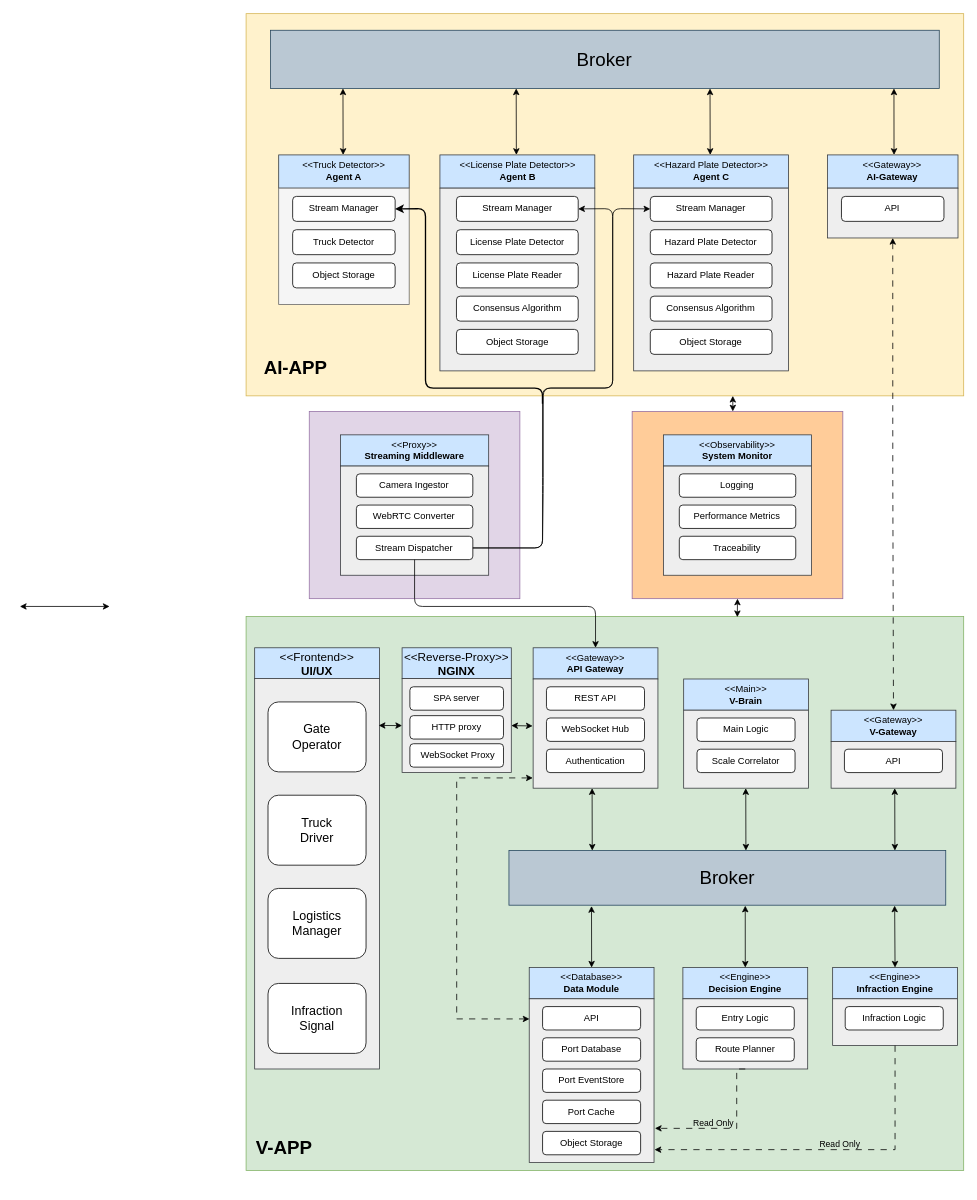
Earlier version of the draw.io diagram docs/sketch_arquitetura/arch_technological_model.drawio (PEI-HAZARDS/IntelligentLogistics). Source tidied: cells renumbered, new cells numbered last; positions are measured from the earlier drawing's top-left corner, leaving out a move shared by most shapes. Both pictures are drawn from the tidied source at 78%, with x=0, y=0 at pixel (20, 13).
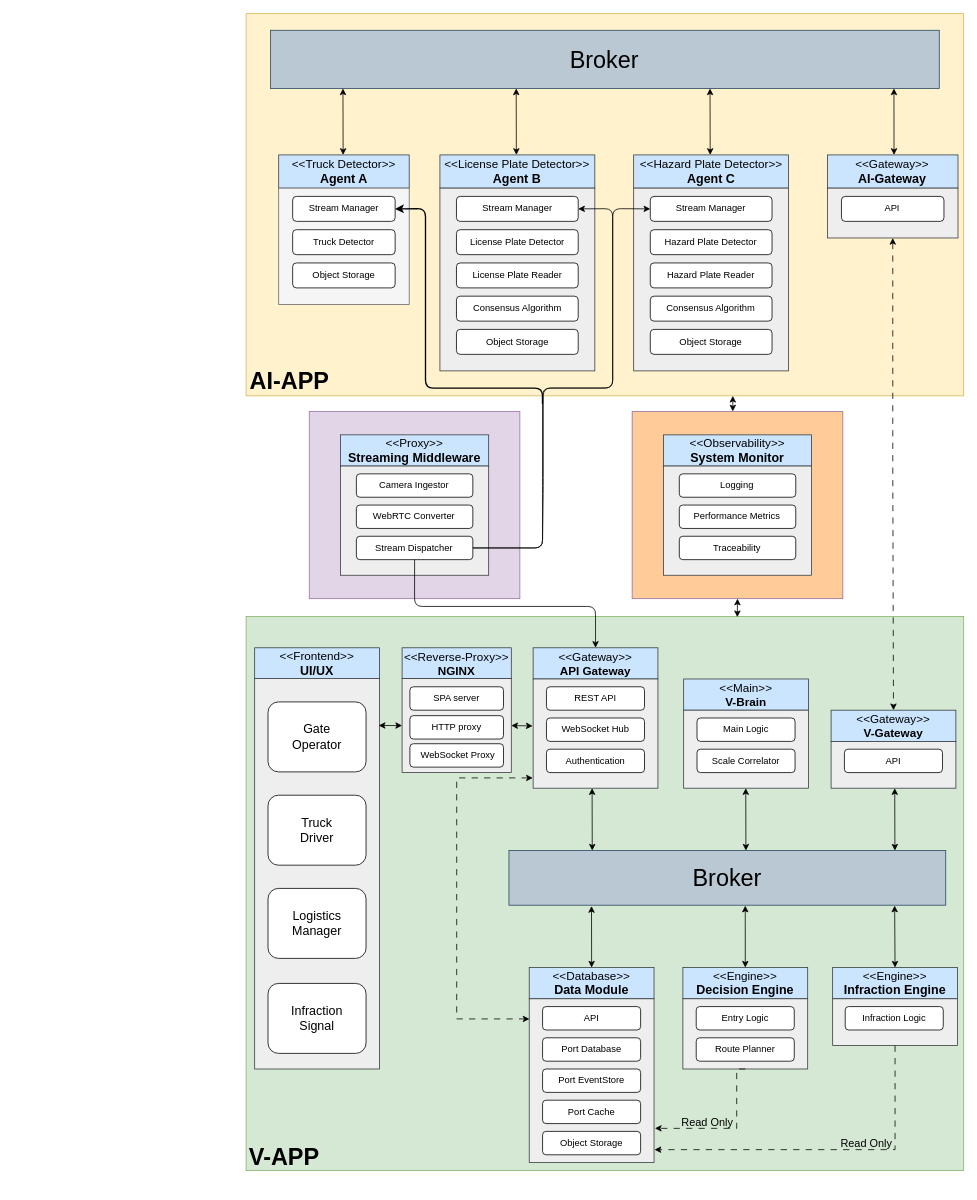
The same page after the edit.

The change refers to these unchanged cells:
```xml
<mxCell id="4" style="group;" parent="2" vertex="1">
  <mxGeometry x="40" y="30" width="190" height="180" as="geometry" />
</mxCell>
<mxCell id="10" style="group;" parent="1" vertex="1">
  <mxGeometry x="290" width="920" height="490" as="geometry" />
</mxCell>
<mxCell id="40" value="Stat" style="group;" parent="1" vertex="1">
  <mxGeometry x="290" y="773" width="920" height="730" as="geometry" />
</mxCell>
<mxCell id="48" style="group;" parent="40" vertex="1">
  <mxGeometry x="368" y="40" width="160" height="180" as="geometry" />
</mxCell>
<mxCell id="56" style="group;" parent="40" vertex="1">
  <mxGeometry x="710" y="120" width="160" height="363" as="geometry" />
</mxCell>
<mxCell id="60" style="group;" parent="40" vertex="1">
  <mxGeometry x="525" y="80" width="160" height="180" as="geometry" />
</mxCell>
<mxCell id="66" style="group;" parent="40" vertex="1">
  <mxGeometry x="560" y="450" width="160" height="130" as="geometry" />
</mxCell>
<mxCell id="71" style="group;" parent="40" vertex="1">
  <mxGeometry x="751" y="450" width="160" height="100" as="geometry" />
</mxCell>
<mxCell id="75" style="edgeStyle=orthogonalEdgeStyle;rounded=0;jettySize=auto;html=1;exitX=0.5;exitY=1;exitDx=0;exitDy=0;entryX=1.004;entryY=0.921;entryDx=0;entryDy=0;entryPerimeter=0;dashed=1;dashPattern=8 8;" parent="40" edge="1" source="73" target="80">
  <mxGeometry relative="1" as="geometry" />
</mxCell>
<mxCell id="77" style="edgeStyle=orthogonalEdgeStyle;rounded=0;jettySize=auto;html=1;exitX=0.5;exitY=1;exitDx=0;exitDy=0;entryX=1.007;entryY=0.791;entryDx=0;entryDy=0;entryPerimeter=0;dashed=1;dashPattern=8 8;" parent="40" edge="1" source="68" target="80">
  <mxGeometry relative="1" as="geometry">
    <Array as="points">
      <mxPoint x="629" y="656" />
    </Array>
  </mxGeometry>
</mxCell>
<mxCell id="102" style="group;" parent="100" vertex="1">
  <mxGeometry x="40" y="30" width="190" height="180" as="geometry" />
</mxCell>
```

Diff of the diagram source:
```diff
@@
-    <mxCell id="5" value="&lt;div&gt;&amp;lt;&amp;lt;Proxy&amp;gt;&amp;gt;&lt;/div&gt;&lt;div&gt;&lt;b&gt;Streaming Middleware&lt;/b&gt;&lt;/div&gt;" style="rounded=0;whiteSpace=wrap;html=1;fillColor=#cce5ff;strokeColor=#36393d;" parent="4" vertex="1">
+    <mxCell id="5" value="&lt;div&gt;&lt;font style=&quot;font-size: 15px;&quot;&gt;&amp;lt;&amp;lt;Proxy&amp;gt;&amp;gt;&lt;/font&gt;&lt;/div&gt;&lt;div&gt;&lt;b&gt;&lt;font size=&quot;3&quot;&gt;Streaming Middleware&lt;/font&gt;&lt;/b&gt;&lt;/div&gt;" style="rounded=0;whiteSpace=wrap;html=1;fillColor=#cce5ff;strokeColor=#36393d;" parent="4" vertex="1">
       <mxGeometry width="190" height="40" as="geometry" />
     </mxCell>
@@
-    <mxCell id="12" value="&lt;font style=&quot;font-size: 24px;&quot;&gt;Broker&lt;/font&gt;" style="rounded=0;whiteSpace=wrap;html=1;fillColor=#bac8d3;strokeColor=#23445d;" parent="10" vertex="1">
+    <mxCell id="12" value="&lt;font style=&quot;font-size: 30px;&quot;&gt;Broker&lt;/font&gt;" style="rounded=0;whiteSpace=wrap;html=1;fillColor=#bac8d3;strokeColor=#23445d;" parent="10" vertex="1">
       <mxGeometry x="31.4" y="21.3" width="857.3" height="74.6" as="geometry" />
     </mxCell>
@@
-    <mxCell id="17" value="&lt;h1 style=&quot;margin-top: 0px;&quot;&gt;AI-APP&lt;/h1&gt;" style="text;html=1;whiteSpace=wrap;overflow=hidden;rounded=0;" parent="10" vertex="1">
-      <mxGeometry x="20.9" y="432.5" width="94.1" height="42.6" as="geometry" />
+    <mxCell id="17" value="&lt;h1 style=&quot;margin-top: 0px;&quot;&gt;&lt;font style=&quot;font-size: 30px;&quot;&gt;AI-APP&lt;/font&gt;&lt;/h1&gt;" style="text;html=1;whiteSpace=wrap;overflow=hidden;rounded=0;" parent="10" vertex="1">
+      <mxGeometry x="2.9" y="446.5" width="109.1" height="42.6" as="geometry" />
     </mxCell>
-    <mxCell id="18" value="&lt;div&gt;&amp;lt;&amp;lt;Truck Detector&amp;gt;&amp;gt;&lt;/div&gt;&lt;div&gt;&lt;b&gt;Agent A&lt;/b&gt;&lt;/div&gt;" style="rounded=0;whiteSpace=wrap;html=1;fillColor=#cce5ff;strokeColor=#36393d;" parent="10" vertex="1">
+    <mxCell id="18" value="&lt;div&gt;&lt;font style=&quot;font-size: 15px;&quot;&gt;&amp;lt;&amp;lt;Truck Detector&amp;gt;&amp;gt;&lt;/font&gt;&lt;/div&gt;&lt;div&gt;&lt;b&gt;&lt;font size=&quot;3&quot;&gt;Agent A&lt;/font&gt;&lt;/b&gt;&lt;/div&gt;" style="rounded=0;whiteSpace=wrap;html=1;fillColor=#cce5ff;strokeColor=#36393d;" parent="10" vertex="1">
       <mxGeometry x="41.8" y="181.1" width="167.3" height="42.6" as="geometry" />
     </mxCell>
@@
-    <mxCell id="23" value="&lt;div align=&quot;center&quot;&gt;&amp;lt;&amp;lt;License Plate Detector&amp;gt;&amp;gt;&lt;/div&gt;&lt;div&gt;&lt;b&gt;Agent B&lt;/b&gt;&lt;/div&gt;" style="rounded=0;whiteSpace=wrap;html=1;fillColor=#cce5ff;strokeColor=#36393d;" parent="10" vertex="1">
+    <mxCell id="23" value="&lt;div align=&quot;center&quot;&gt;&lt;font style=&quot;font-size: 15px;&quot;&gt;&amp;lt;&amp;lt;License Plate Detector&amp;gt;&amp;gt;&lt;/font&gt;&lt;/div&gt;&lt;div&gt;&lt;b&gt;&lt;font size=&quot;3&quot;&gt;Agent B&lt;/font&gt;&lt;/b&gt;&lt;/div&gt;" style="rounded=0;whiteSpace=wrap;html=1;fillColor=#cce5ff;strokeColor=#36393d;" parent="10" vertex="1">
       <mxGeometry x="248.5" y="181.1" width="198.6" height="42.6" as="geometry" />
     </mxCell>
@@
-    <mxCell id="30" value="&lt;div align=&quot;center&quot;&gt;&amp;lt;&amp;lt;Gateway&amp;gt;&amp;gt;&lt;/div&gt;&lt;div&gt;&lt;b&gt;AI-Gateway&lt;/b&gt;&lt;/div&gt;" style="rounded=0;whiteSpace=wrap;html=1;fillColor=#cce5ff;strokeColor=#36393d;" parent="10" vertex="1">
+    <mxCell id="30" value="&lt;div align=&quot;center&quot;&gt;&lt;font style=&quot;font-size: 15px;&quot;&gt;&amp;lt;&amp;lt;Gateway&amp;gt;&amp;gt;&lt;/font&gt;&lt;/div&gt;&lt;div&gt;&lt;b&gt;&lt;font size=&quot;3&quot;&gt;AI-Gateway&lt;/font&gt;&lt;/b&gt;&lt;/div&gt;" style="rounded=0;whiteSpace=wrap;html=1;fillColor=#cce5ff;strokeColor=#36393d;" parent="10" vertex="1">
       <mxGeometry x="745.4" y="181.1" width="167.3" height="42.6" as="geometry" />
     </mxCell>
@@
-    <mxCell id="33" value="&lt;div align=&quot;center&quot;&gt;&amp;lt;&amp;lt;Hazard Plate Detector&amp;gt;&amp;gt;&lt;/div&gt;&lt;div&gt;&lt;b&gt;Agent C&lt;/b&gt;&lt;/div&gt;" style="rounded=0;whiteSpace=wrap;html=1;fillColor=#cce5ff;strokeColor=#36393d;" parent="10" vertex="1">
+    <mxCell id="33" value="&lt;div align=&quot;center&quot;&gt;&lt;font style=&quot;font-size: 15px;&quot;&gt;&amp;lt;&amp;lt;Hazard Plate Detector&amp;gt;&amp;gt;&lt;/font&gt;&lt;/div&gt;&lt;div&gt;&lt;b&gt;&lt;font size=&quot;3&quot;&gt;Agent C&lt;/font&gt;&lt;/b&gt;&lt;/div&gt;" style="rounded=0;whiteSpace=wrap;html=1;fillColor=#cce5ff;strokeColor=#36393d;" parent="10" vertex="1">
       <mxGeometry x="496.9" y="181.1" width="198.6" height="42.6" as="geometry" />
     </mxCell>
@@
-    <mxCell id="42" value="&lt;font style=&quot;font-size: 24px;&quot;&gt;Broker&lt;/font&gt;" style="rounded=0;whiteSpace=wrap;html=1;fillColor=#bac8d3;strokeColor=#23445d;" parent="40" vertex="1">
+    <mxCell id="42" value="&lt;font style=&quot;font-size: 30px;&quot;&gt;Broker&lt;/font&gt;" style="rounded=0;whiteSpace=wrap;html=1;fillColor=#bac8d3;strokeColor=#23445d;" parent="40" vertex="1">
       <mxGeometry x="337" y="300" width="560" height="70" as="geometry" />
     </mxCell>
@@
-    <mxCell id="47" value="&lt;h1 style=&quot;margin-top: 0px;&quot;&gt;V-APP&lt;/h1&gt;" style="text;html=1;whiteSpace=wrap;overflow=hidden;rounded=0;" parent="40" vertex="1">
-      <mxGeometry x="11" y="660" width="90" height="40" as="geometry" />
+    <mxCell id="47" value="&lt;h1 style=&quot;margin-top: 0px;&quot;&gt;&lt;font style=&quot;font-size: 30px;&quot;&gt;V-APP&lt;/font&gt;&lt;/h1&gt;" style="text;html=1;whiteSpace=wrap;overflow=hidden;rounded=0;" parent="40" vertex="1">
+      <mxGeometry x="2" y="668" width="119" height="40" as="geometry" />
     </mxCell>
@@
-    <mxCell id="49" value="&lt;div&gt;&amp;lt;&amp;lt;Gateway&amp;gt;&amp;gt;&lt;/div&gt;&lt;div&gt;&lt;b&gt;API Gateway&lt;/b&gt;&lt;/div&gt;" style="rounded=0;whiteSpace=wrap;html=1;fillColor=#cce5ff;strokeColor=#36393d;" parent="48" vertex="1">
+    <mxCell id="49" value="&lt;div&gt;&lt;font style=&quot;font-size: 15px;&quot;&gt;&amp;lt;&amp;lt;Gateway&amp;gt;&amp;gt;&lt;/font&gt;&lt;/div&gt;&lt;div&gt;&lt;b&gt;&lt;font style=&quot;font-size: 15px;&quot;&gt;API Gateway&lt;/font&gt;&lt;/b&gt;&lt;/div&gt;" style="rounded=0;whiteSpace=wrap;html=1;fillColor=#cce5ff;strokeColor=#36393d;" parent="48" vertex="1">
       <mxGeometry width="160" height="40" as="geometry" />
     </mxCell>
@@
-    <mxCell id="57" value="&lt;div align=&quot;center&quot;&gt;&amp;lt;&amp;lt;Gateway&amp;gt;&amp;gt;&lt;/div&gt;&lt;div&gt;&lt;b&gt;V-Gateway&lt;/b&gt;&lt;/div&gt;" style="rounded=0;whiteSpace=wrap;html=1;fillColor=#cce5ff;strokeColor=#36393d;" parent="56" vertex="1">
+    <mxCell id="57" value="&lt;div align=&quot;center&quot;&gt;&lt;font style=&quot;font-size: 15px;&quot;&gt;&amp;lt;&amp;lt;Gateway&amp;gt;&amp;gt;&lt;/font&gt;&lt;/div&gt;&lt;div&gt;&lt;b&gt;&lt;font style=&quot;font-size: 15px;&quot;&gt;V-Gateway&lt;/font&gt;&lt;/b&gt;&lt;/div&gt;" style="rounded=0;whiteSpace=wrap;html=1;fillColor=#cce5ff;strokeColor=#36393d;" parent="56" vertex="1">
       <mxGeometry x="40" width="160" height="40" as="geometry" />
     </mxCell>
@@
-    <mxCell id="61" value="&lt;div&gt;&amp;lt;&amp;lt;Main&amp;gt;&amp;gt;&lt;/div&gt;&lt;div&gt;&lt;b&gt;V-Brain&lt;/b&gt;&lt;/div&gt;" style="rounded=0;whiteSpace=wrap;html=1;fillColor=#cce5ff;strokeColor=#36393d;" parent="60" vertex="1">
+    <mxCell id="61" value="&lt;div&gt;&lt;font style=&quot;font-size: 15px;&quot;&gt;&amp;lt;&amp;lt;Main&amp;gt;&amp;gt;&lt;/font&gt;&lt;/div&gt;&lt;div&gt;&lt;b&gt;&lt;font style=&quot;font-size: 15px;&quot;&gt;V-Brain&lt;/font&gt;&lt;/b&gt;&lt;/div&gt;" style="rounded=0;whiteSpace=wrap;html=1;fillColor=#cce5ff;strokeColor=#36393d;" parent="60" vertex="1">
       <mxGeometry x="36" width="160" height="40" as="geometry" />
     </mxCell>
@@
-    <mxCell id="67" value="&lt;div align=&quot;center&quot;&gt;&amp;lt;&amp;lt;Engine&amp;gt;&amp;gt;&lt;/div&gt;&lt;div&gt;&lt;b&gt;Decision Engine&lt;/b&gt;&lt;/div&gt;" style="rounded=0;whiteSpace=wrap;html=1;fillColor=#cce5ff;strokeColor=#36393d;" parent="66" vertex="1">
+    <mxCell id="67" value="&lt;div align=&quot;center&quot;&gt;&lt;font style=&quot;font-size: 15px;&quot;&gt;&amp;lt;&amp;lt;Engine&amp;gt;&amp;gt;&lt;/font&gt;&lt;/div&gt;&lt;div&gt;&lt;b&gt;&lt;font size=&quot;3&quot;&gt;Decision Engine&lt;/font&gt;&lt;/b&gt;&lt;/div&gt;" style="rounded=0;whiteSpace=wrap;html=1;fillColor=#cce5ff;strokeColor=#36393d;" parent="66" vertex="1">
       <mxGeometry width="160" height="40" as="geometry" />
     </mxCell>
@@
-    <mxCell id="72" value="&lt;div align=&quot;center&quot;&gt;&amp;lt;&amp;lt;Engine&amp;gt;&amp;gt;&lt;/div&gt;&lt;div&gt;&lt;b&gt;Infraction Engine&lt;/b&gt;&lt;/div&gt;" style="rounded=0;whiteSpace=wrap;html=1;fillColor=#cce5ff;strokeColor=#36393d;" parent="71" vertex="1">
+    <mxCell id="72" value="&lt;div align=&quot;center&quot;&gt;&lt;font style=&quot;font-size: 15px;&quot;&gt;&amp;lt;&amp;lt;Engine&amp;gt;&amp;gt;&lt;/font&gt;&lt;/div&gt;&lt;div&gt;&lt;b&gt;&lt;font size=&quot;3&quot;&gt;Infraction Engine&lt;/font&gt;&lt;/b&gt;&lt;/div&gt;" style="rounded=0;whiteSpace=wrap;html=1;fillColor=#cce5ff;strokeColor=#36393d;" parent="71" vertex="1">
       <mxGeometry x="1" width="160" height="40" as="geometry" />
     </mxCell>
@@
-    <mxCell id="76" value="Read Only" style="edgeLabel;html=1;align=center;verticalAlign=middle;labelBackgroundColor=none;" parent="75" vertex="1">
+    <mxCell id="76" value="&lt;font style=&quot;font-size: 14px;&quot;&gt;Read Only&lt;/font&gt;" style="edgeLabel;html=1;align=center;verticalAlign=middle;labelBackgroundColor=none;" parent="75" vertex="1">
       <mxGeometry x="-0.07" y="1" relative="1" as="geometry">
-        <mxPoint y="-9" as="offset" />
+        <mxPoint x="34" y="-10" as="offset" />
       </mxGeometry>
     </mxCell>
@@
-    <mxCell id="78" value="Read Only" style="edgeLabel;html=1;align=center;verticalAlign=middle;labelBackgroundColor=none;" parent="77" vertex="1">
+    <mxCell id="78" value="&lt;font style=&quot;font-size: 14px;&quot;&gt;Read Only&lt;/font&gt;" style="edgeLabel;html=1;align=center;verticalAlign=middle;labelBackgroundColor=none;" parent="77" vertex="1">
       <mxGeometry x="0.15" relative="1" as="geometry">
-        <mxPoint x="-8" y="-8" as="offset" />
+        <mxPoint x="-16" y="-9" as="offset" />
       </mxGeometry>
     </mxCell>
-    <mxCell id="79" value="&lt;div&gt;&amp;lt;&amp;lt;Database&amp;gt;&amp;gt;&lt;/div&gt;&lt;div&gt;&lt;b&gt;Data Module&lt;/b&gt;&lt;/div&gt;" style="rounded=0;whiteSpace=wrap;html=1;fillColor=#cce5ff;strokeColor=#36393d;" parent="40" vertex="1">
+    <mxCell id="79" value="&lt;div&gt;&lt;font style=&quot;font-size: 15px;&quot;&gt;&amp;lt;&amp;lt;Database&amp;gt;&amp;gt;&lt;/font&gt;&lt;/div&gt;&lt;div&gt;&lt;b&gt;&lt;font size=&quot;3&quot;&gt;Data Module&lt;/font&gt;&lt;/b&gt;&lt;/div&gt;" style="rounded=0;whiteSpace=wrap;html=1;fillColor=#cce5ff;strokeColor=#36393d;" parent="40" vertex="1">
       <mxGeometry x="363" y="450" width="160" height="40" as="geometry" />
     </mxCell>
@@
-    <mxCell id="90" value="&lt;div&gt;&lt;font style=&quot;font-size: 15px;&quot;&gt;&amp;lt;&amp;lt;Frontend&amp;gt;&amp;gt;&lt;/font&gt;&lt;/div&gt;&lt;div&gt;&lt;font style=&quot;font-size: 15px;&quot;&gt;&lt;b&gt;UI/UX&lt;/b&gt;&lt;/font&gt;&lt;/div&gt;" style="rounded=0;whiteSpace=wrap;html=1;fillColor=#cce5ff;strokeColor=#36393d;" parent="40" vertex="1">
+    <mxCell id="90" value="&lt;div&gt;&lt;font style=&quot;font-size: 15px;&quot;&gt;&amp;lt;&amp;lt;Frontend&amp;gt;&amp;gt;&lt;/font&gt;&lt;/div&gt;&lt;div&gt;&lt;font size=&quot;3&quot; style=&quot;&quot;&gt;&lt;b style=&quot;&quot;&gt;UI/UX&lt;/b&gt;&lt;/font&gt;&lt;/div&gt;" style="rounded=0;whiteSpace=wrap;html=1;fillColor=#cce5ff;strokeColor=#36393d;" parent="40" vertex="1">
       <mxGeometry x="11" y="40" width="160" height="40" as="geometry" />
     </mxCell>
@@
-    <mxCell id="103" value="&lt;div&gt;&amp;lt;&amp;lt;Observability&amp;gt;&amp;gt;&lt;/div&gt;&lt;div&gt;&lt;b&gt;System Monitor&lt;/b&gt;&lt;/div&gt;" style="rounded=0;whiteSpace=wrap;html=1;fillColor=#cce5ff;strokeColor=#36393d;" parent="102" vertex="1">
+    <mxCell id="103" value="&lt;div&gt;&lt;font style=&quot;font-size: 15px;&quot;&gt;&amp;lt;&amp;lt;Observability&amp;gt;&amp;gt;&lt;/font&gt;&lt;/div&gt;&lt;div&gt;&lt;b&gt;&lt;font size=&quot;3&quot;&gt;System Monitor&lt;/font&gt;&lt;/b&gt;&lt;/div&gt;" style="rounded=0;whiteSpace=wrap;html=1;fillColor=#cce5ff;strokeColor=#36393d;" parent="102" vertex="1">
       <mxGeometry width="190" height="40" as="geometry" />
     </mxCell>
@@
-    <mxCell id="114" style="endArrow=classic;startArrow=classic;html=1;rounded=0;entryX=0;entryY=0.5;entryDx=0;entryDy=0;" parent="1" edge="1">
-      <mxGeometry relative="1" as="geometry">
-        <mxPoint y="760" as="sourcePoint" />
-        <mxPoint x="115" y="760" as="targetPoint" />
-      </mxGeometry>
-    </mxCell>
```
